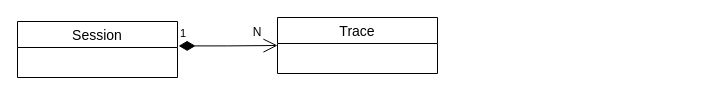
This is 19장 데이터암호화/250106_Logging_Relationship.drawio from jeewoo1025/006696, a draw.io file, before an edit. Source tidied: cells renumbered, new cells numbered last; positions are measured from the earlier drawing's top-left corner, leaving out a move shared by most shapes. Both pictures are drawn from the tidied source at 100%, with x=0, y=0 at pixel (17, 17).
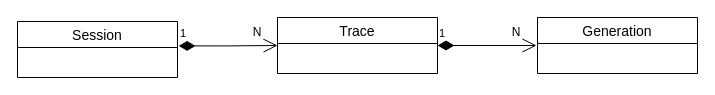
The same diagram, later.

What changed in the source:
```diff
@@
 <mxGraphModel>
   <root>
     <mxCell id="0" />
     <mxCell id="1" parent="0" />
     <mxCell id="2" value="Session" style="swimlane;fontStyle=0;horizontal=1;startSize=26;align=center;fontSize=14;" parent="1" vertex="1">
       <mxGeometry y="4" width="160" height="56" as="geometry" />
     </mxCell>
     <mxCell id="3" value="Trace" style="swimlane;fontStyle=0;horizontal=1;startSize=26;align=center;fontSize=14;" parent="1" vertex="1">
       <mxGeometry x="260" width="160" height="56" as="geometry" />
     </mxCell>
     <mxCell id="4" value="1" style="endArrow=open;html=1;endSize=12;startArrow=diamondThin;startSize=14;startFill=1;edgeStyle=orthogonalEdgeStyle;align=left;verticalAlign=bottom;rounded=0;exitX=1.007;exitY=0.436;exitDx=0;exitDy=0;exitPerimeter=0;entryX=0;entryY=0.5;entryDx=0;entryDy=0;" parent="1" edge="1" source="2" target="3">
       <mxGeometry x="-1" y="3" relative="1" as="geometry" />
     </mxCell>
     <mxCell id="5" value="N" style="text;html=1;align=center;verticalAlign=middle;whiteSpace=wrap;rounded=0;" parent="1" vertex="1">
       <mxGeometry x="230" width="20" height="30" as="geometry" />
     </mxCell>
+    <mxCell id="6" value="1" style="endArrow=open;html=1;endSize=12;startArrow=diamondThin;startSize=14;startFill=1;edgeStyle=orthogonalEdgeStyle;align=left;verticalAlign=bottom;rounded=0;exitX=1.007;exitY=0.436;exitDx=0;exitDy=0;exitPerimeter=0;entryX=0;entryY=0.5;entryDx=0;entryDy=0;" parent="1" edge="1">
+      <mxGeometry x="-1" y="3" relative="1" as="geometry">
+        <mxPoint x="420" y="28" as="sourcePoint" />
+        <mxPoint x="519" y="28" as="targetPoint" />
+      </mxGeometry>
+    </mxCell>
+    <mxCell id="7" value="N" style="text;html=1;align=center;verticalAlign=middle;whiteSpace=wrap;rounded=0;" parent="1" vertex="1">
+      <mxGeometry x="489" width="20" height="30" as="geometry" />
+    </mxCell>
+    <mxCell id="8" value="Generation" style="swimlane;fontStyle=0;horizontal=1;startSize=26;align=center;fontSize=14;" parent="1" vertex="1">
+      <mxGeometry x="520" width="160" height="56" as="geometry" />
+    </mxCell>
   </root>
 </mxGraphModel>
```
